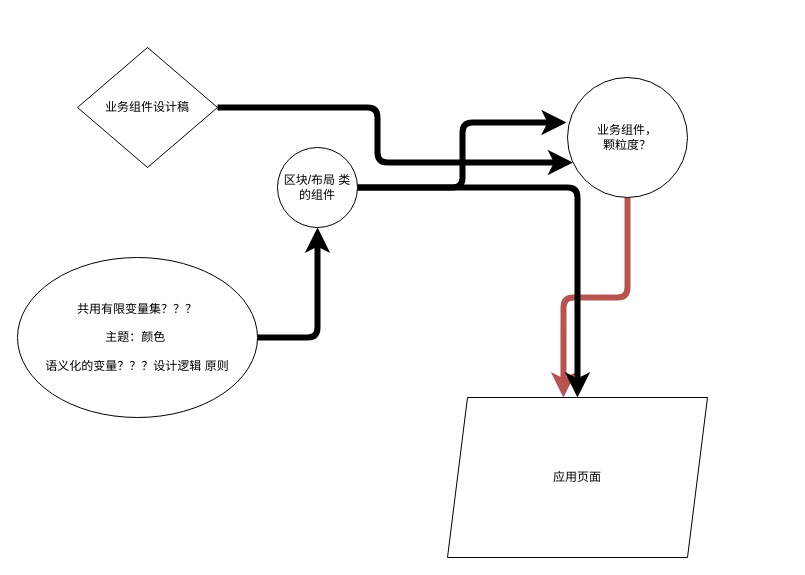
This is Untitled Diagram.drawio from irideas/irideas.github.io, a draw.io file, before an edit. Source tidied: cells renumbered, new cells numbered last; positions are measured from the earlier drawing's top-left corner, leaving out a move shared by most shapes. Both pictures are drawn from the tidied source at 100%, with x=0, y=0 at pixel (17, 47).
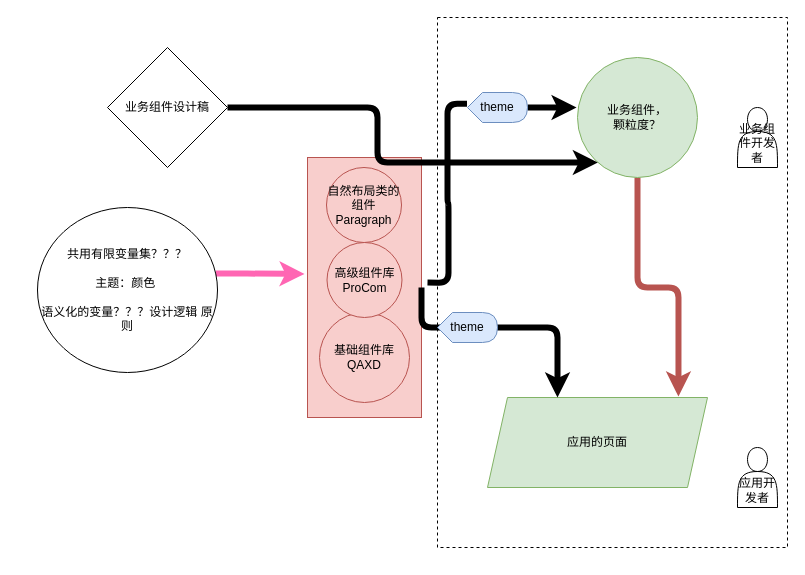
The same diagram, later.

Diff of the diagram source:
```diff
@@
-    <mxCell id="2" style="edgeStyle=orthogonalEdgeStyle;rounded=1;jettySize=auto;html=1;strokeWidth=6;" parent="1" edge="1" source="3" target="11">
-      <mxGeometry relative="1" as="geometry" />
-    </mxCell>
+    <mxCell id="12" style="rounded=0;whiteSpace=wrap;html=1;fillColor=#f8cecc;strokeColor=#b85450;verticalAlign=top;" parent="1" vertex="1">
+      <mxGeometry x="290" y="110" width="114" height="260" as="geometry" />
+    </mxCell>
+    <mxCell id="13" style="rounded=0;whiteSpace=wrap;html=1;dashed=1;" parent="1" vertex="1">
+      <mxGeometry x="420" y="-30" width="350" height="530" as="geometry" />
+    </mxCell>
+    <mxCell id="14" style="edgeStyle=orthogonalEdgeStyle;rounded=1;jettySize=auto;html=1;entryX=-0.026;entryY=0.448;entryDx=0;entryDy=0;entryPerimeter=0;strokeColor=#FF66B3;strokeWidth=6;" parent="1" edge="1" source="3" target="12">
+      <mxGeometry relative="1" as="geometry">
+        <Array as="points">
+          <mxPoint x="220" y="226" />
+          <mxPoint x="220" y="226" />
+        </Array>
+      </mxGeometry>
+    </mxCell>
     <mxCell id="3" value="共用有限变量集？？？&lt;br&gt;&lt;br&gt;主题：颜色&amp;nbsp;&lt;br&gt;&lt;br&gt;语义化的变量？？？设计逻辑 原则" style="ellipse;whiteSpace=wrap;html=1;" parent="1" vertex="1">
-      <mxGeometry y="210" width="240" height="160" as="geometry" />
+      <mxGeometry x="20" y="160" width="180" height="165" as="geometry" />
     </mxCell>
-    <mxCell id="4" style="edgeStyle=orthogonalEdgeStyle;rounded=1;jettySize=auto;html=1;entryX=0.446;entryY=0;entryDx=0;entryDy=0;entryPerimeter=0;fillColor=#f8cecc;strokeColor=#b85450;strokeWidth=6;" parent="1" edge="1" source="5" target="6">
+    <mxCell id="4" style="edgeStyle=orthogonalEdgeStyle;rounded=1;jettySize=auto;html=1;fillColor=#f8cecc;strokeColor=#b85450;strokeWidth=6;entryX=0.868;entryY=-0.011;entryDx=0;entryDy=0;entryPerimeter=0;" parent="1" edge="1" source="5" target="6">
       <mxGeometry relative="1" as="geometry" />
     </mxCell>
-    <mxCell id="5" value="业务组件，&lt;br&gt;颗粒度？" style="ellipse;whiteSpace=wrap;html=1;" parent="1" vertex="1">
-      <mxGeometry x="550" y="30" width="120" height="120" as="geometry" />
+    <mxCell id="5" value="业务组件，&lt;br&gt;颗粒度？" style="ellipse;whiteSpace=wrap;html=1;fillColor=#d5e8d4;strokeColor=#82b366;" parent="1" vertex="1">
+      <mxGeometry x="560" y="10" width="120" height="120" as="geometry" />
     </mxCell>
-    <mxCell id="6" value="应用页面" style="shape=parallelogram;perimeter=parallelogramPerimeter;whiteSpace=wrap;html=1;fixedSize=1;" parent="1" vertex="1">
-      <mxGeometry x="430" y="350" width="260" height="160" as="geometry" />
+    <mxCell id="6" value="应用的页面" style="shape=parallelogram;perimeter=parallelogramPerimeter;whiteSpace=wrap;html=1;fixedSize=1;fillColor=#d5e8d4;strokeColor=#82b366;" parent="1" vertex="1">
+      <mxGeometry x="470" y="350" width="220" height="90" as="geometry" />
     </mxCell>
@@
     <mxCell id="8" value="业务组件设计稿" style="rhombus;whiteSpace=wrap;html=1;" parent="1" vertex="1">
-      <mxGeometry x="60" width="140" height="120" as="geometry" />
+      <mxGeometry x="90" width="120" height="120" as="geometry" />
     </mxCell>
-    <mxCell id="9" style="edgeStyle=orthogonalEdgeStyle;rounded=1;jettySize=auto;html=1;strokeWidth=6;" parent="1" edge="1" source="11" target="6">
-      <mxGeometry relative="1" as="geometry" />
+    <mxCell id="9" style="edgeStyle=orthogonalEdgeStyle;rounded=1;jettySize=auto;html=1;strokeWidth=6;exitX=1;exitY=0.5;exitDx=0;exitDy=0;" parent="1" edge="1" source="12" target="6">
+      <mxGeometry relative="1" as="geometry">
+        <Array as="points">
+          <mxPoint x="404" y="280" />
+          <mxPoint x="540" y="280" />
+        </Array>
+      </mxGeometry>
     </mxCell>
-    <mxCell id="10" style="edgeStyle=orthogonalEdgeStyle;rounded=1;jettySize=auto;html=1;entryX=-0.008;entryY=0.375;entryDx=0;entryDy=0;entryPerimeter=0;strokeWidth=6;" parent="1" edge="1" source="11" target="5">
+    <mxCell id="10" style="edgeStyle=orthogonalEdgeStyle;rounded=1;jettySize=auto;html=1;entryX=-0.008;entryY=0.417;entryDx=0;entryDy=0;entryPerimeter=0;strokeWidth=6;startArrow=none;" parent="1" edge="1" source="17" target="5">
       <mxGeometry relative="1" as="geometry" />
     </mxCell>
-    <mxCell id="11" value="区块/布局 类的组件" style="ellipse;whiteSpace=wrap;html=1;" parent="1" vertex="1">
-      <mxGeometry x="260" y="100" width="80" height="80" as="geometry" />
+    <mxCell id="11" value="自然布局类的组件&lt;br&gt;Paragraph" style="ellipse;whiteSpace=wrap;html=1;fillColor=#f8cecc;strokeColor=#b85450;" parent="1" vertex="1">
+      <mxGeometry x="309" y="120" width="75" height="75" as="geometry" />
     </mxCell>
+    <mxCell id="15" value="业务组件开发者" style="shape=actor;whiteSpace=wrap;html=1;verticalAlign=bottom;" parent="1" vertex="1">
+      <mxGeometry x="720" y="60" width="40" height="60" as="geometry" />
+    </mxCell>
+    <mxCell id="16" value="应用开发者" style="shape=actor;whiteSpace=wrap;html=1;verticalAlign=bottom;" parent="1" vertex="1">
+      <mxGeometry x="720" y="400" width="40" height="60" as="geometry" />
+    </mxCell>
+    <mxCell id="17" value="theme" style="shape=display;whiteSpace=wrap;html=1;fillColor=#dae8fc;strokeColor=#6c8ebf;" parent="1" vertex="1">
+      <mxGeometry x="450" y="45" width="60" height="30" as="geometry" />
+    </mxCell>
+    <mxCell id="18" style="edgeStyle=orthogonalEdgeStyle;rounded=1;jettySize=auto;html=1;entryX=-0.008;entryY=0.375;entryDx=0;entryDy=0;entryPerimeter=0;strokeWidth=6;endArrow=none;" parent="1" edge="1" target="17">
+      <mxGeometry relative="1" as="geometry">
+        <mxPoint x="410" y="235" as="sourcePoint" />
+      </mxGeometry>
+    </mxCell>
+    <mxCell id="19" value="theme" style="shape=display;whiteSpace=wrap;html=1;fillColor=#dae8fc;strokeColor=#6c8ebf;" parent="1" vertex="1">
+      <mxGeometry x="420" y="265" width="60" height="30" as="geometry" />
+    </mxCell>
+    <mxCell id="20" value="基础组件库&lt;br&gt;QAXD" style="ellipse;whiteSpace=wrap;html=1;fillColor=#f8cecc;strokeColor=#b85450;" parent="1" vertex="1">
+      <mxGeometry x="302" y="265" width="90" height="90" as="geometry" />
+    </mxCell>
+    <mxCell id="21" value="高级组件库&lt;br&gt;ProCom" style="ellipse;whiteSpace=wrap;html=1;fillColor=#f8cecc;strokeColor=#b85450;" parent="1" vertex="1">
+      <mxGeometry x="309.5" y="195" width="75" height="75" as="geometry" />
+    </mxCell>
```
